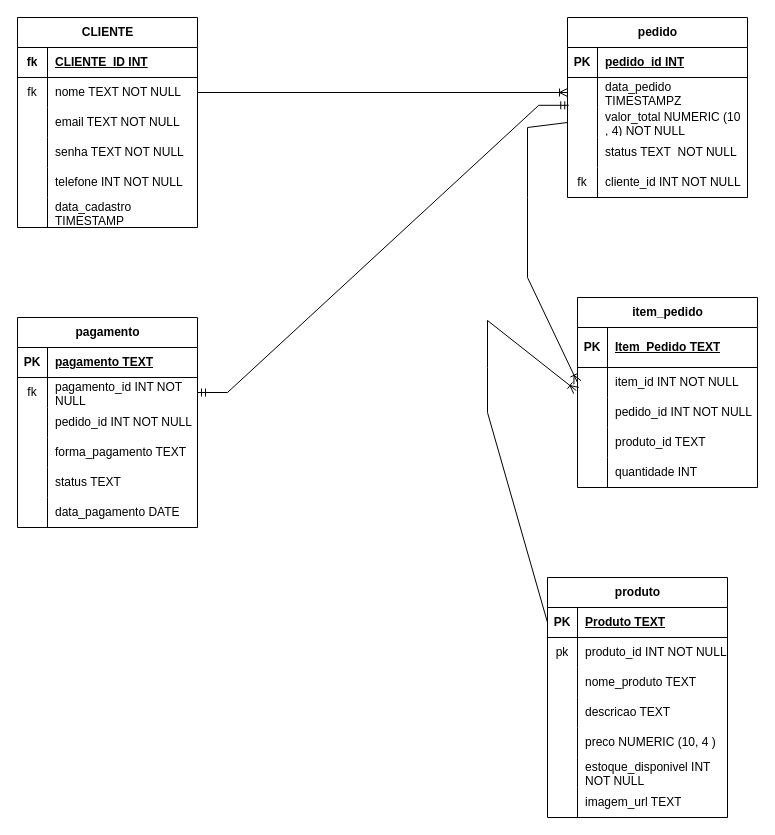
julianoluz10/Banco_modelagem keeps this draw.io diagram as page "fisico_ecomerce" (6 of 6) of modelagem/modelagem_concetual_ecomerce.drawio. Above is the earlier version. Source tidied: cells renumbered, new cells numbered last; positions are measured from the earlier drawing's top-left corner, leaving out a move shared by most shapes. Both pictures are drawn from the tidied source at 100%, with x=0, y=0 at pixel (17, 17).
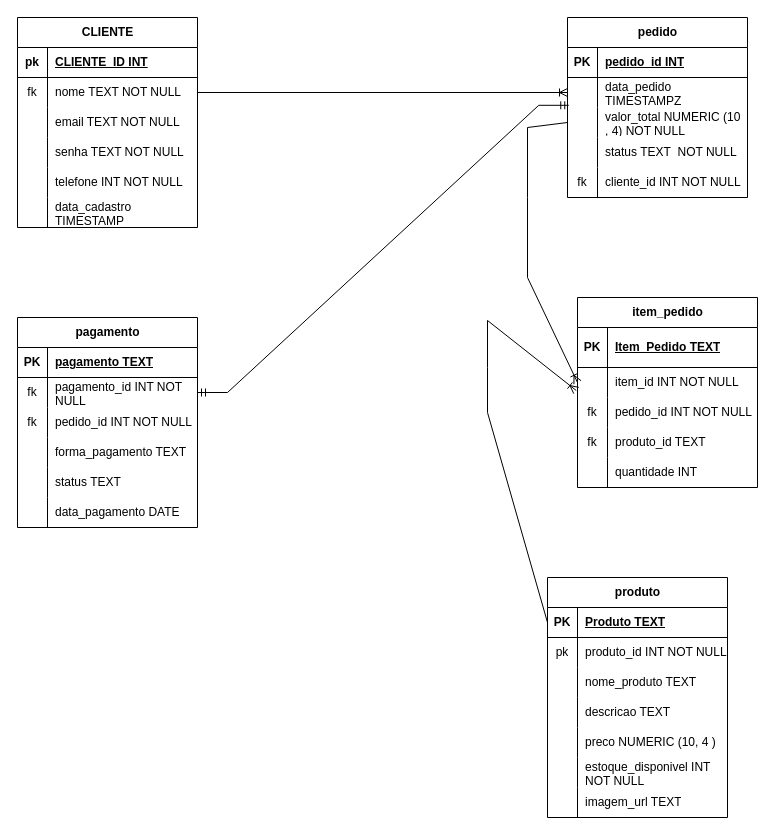
Above is the later version.

Commit message (it also covers changes not shown here):
projeto ecomerce

Unchanged cells that the change refers to:
```xml
<mxCell id="3" style="shape=tableRow;horizontal=0;startSize=0;swimlaneHead=0;swimlaneBody=0;fillColor=none;top=0;left=0;right=0;bottom=1;" parent="2" vertex="1">
  <mxGeometry y="30" width="180" height="30" as="geometry" />
</mxCell>
<mxCell id="44" style="shape=tableRow;horizontal=0;startSize=0;swimlaneHead=0;swimlaneBody=0;fillColor=none;top=0;left=0;right=0;bottom=0;" parent="37" vertex="1">
  <mxGeometry y="90" width="180" height="30" as="geometry" />
</mxCell>
<mxCell id="85" style="shape=tableRow;horizontal=0;startSize=0;swimlaneHead=0;swimlaneBody=0;fillColor=none;top=0;left=0;right=0;bottom=0;" parent="78" vertex="1">
  <mxGeometry y="100" width="180" height="30" as="geometry" />
</mxCell>
<mxCell id="88" style="shape=tableRow;horizontal=0;startSize=0;swimlaneHead=0;swimlaneBody=0;fillColor=none;top=0;left=0;right=0;bottom=0;" parent="78" vertex="1">
  <mxGeometry y="130" width="180" height="30" as="geometry" />
</mxCell>
```

What changed in the source:
```diff
@@
-    <mxCell id="4" value="fk" style="shape=partialRectangle;fillColor=none;top=0;left=0;bottom=0;right=0;fontStyle=1;overflow=hidden;whiteSpace=wrap;html=1;" parent="3" vertex="1">
+    <mxCell id="4" value="pk" style="shape=partialRectangle;fillColor=none;top=0;left=0;bottom=0;right=0;fontStyle=1;overflow=hidden;whiteSpace=wrap;html=1;" parent="3" vertex="1">
       <mxGeometry width="30" height="30" as="geometry" />
     </mxCell>
@@
-    <mxCell id="45" style="shape=partialRectangle;fillColor=none;top=0;left=0;bottom=0;right=0;overflow=hidden;whiteSpace=wrap;html=1;" parent="44" vertex="1">
+    <mxCell id="45" value="fk" style="shape=partialRectangle;fillColor=none;top=0;left=0;bottom=0;right=0;overflow=hidden;whiteSpace=wrap;html=1;" parent="44" vertex="1">
       <mxGeometry width="30" height="30" as="geometry" />
     </mxCell>
@@
-    <mxCell id="86" style="shape=partialRectangle;fillColor=none;top=0;left=0;bottom=0;right=0;overflow=hidden;whiteSpace=wrap;html=1;" parent="85" vertex="1">
+    <mxCell id="86" value="fk" style="shape=partialRectangle;fillColor=none;top=0;left=0;bottom=0;right=0;overflow=hidden;whiteSpace=wrap;html=1;" parent="85" vertex="1">
       <mxGeometry width="30" height="30" as="geometry" />
     </mxCell>
@@
-    <mxCell id="89" style="shape=partialRectangle;fillColor=none;top=0;left=0;bottom=0;right=0;overflow=hidden;whiteSpace=wrap;html=1;" parent="88" vertex="1">
+    <mxCell id="89" value="fk" style="shape=partialRectangle;fillColor=none;top=0;left=0;bottom=0;right=0;overflow=hidden;whiteSpace=wrap;html=1;" parent="88" vertex="1">
       <mxGeometry width="30" height="30" as="geometry" />
     </mxCell>
```
